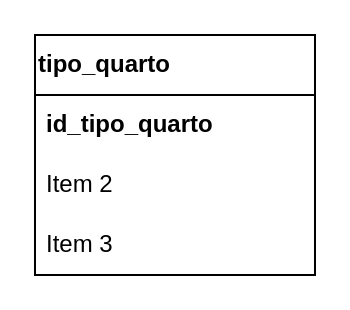
Earlier version of the draw.io diagram O Hospital Fundamental.drawio (GustavSilvDev/O-Hospital-Fundamental). Source tidied: cells renumbered, new cells numbered last; positions are measured from the earlier drawing's top-left corner, leaving out a move shared by most shapes. Both pictures are drawn from the tidied source at 200%, with x=0, y=0 at pixel (34, 34).
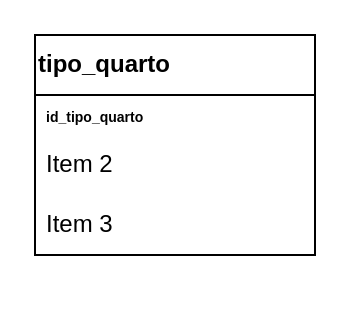
The same diagram, later.

The edit, as a diff of the source:
```diff
@@
 <mxGraphModel>
   <root>
     <mxCell id="0" />
     <mxCell id="1" parent="0" />
     <mxCell id="2" value="&lt;b&gt;tipo_quarto&lt;/b&gt;" style="swimlane;fontStyle=0;horizontal=1;startSize=30;whiteSpace=wrap;html=1;align=left;swimlaneLine=1;fillColor=default;" parent="1" vertex="1">
-      <mxGeometry width="140" height="120" as="geometry" />
+      <mxGeometry width="140" height="110" as="geometry" />
     </mxCell>
-    <mxCell id="3" value="&lt;b&gt;id_tipo_quarto&lt;/b&gt;" style="text;strokeColor=none;fillColor=none;align=left;verticalAlign=middle;spacingLeft=4;spacingRight=4;overflow=hidden;whiteSpace=wrap;html=1;" parent="2" vertex="1">
-      <mxGeometry y="30" width="140" height="30" as="geometry" />
+    <mxCell id="3" value="&lt;b style=&quot;&quot;&gt;&lt;font style=&quot;font-size: 7px;&quot;&gt;id_tipo_quarto&lt;/font&gt;&lt;/b&gt;" style="text;strokeColor=none;fillColor=none;align=left;verticalAlign=top;spacingLeft=4;spacingRight=4;overflow=hidden;whiteSpace=wrap;html=1;fontSize=8;" parent="2" vertex="1">
+      <mxGeometry y="30" width="140" height="20" as="geometry" />
     </mxCell>
     <mxCell id="4" value="Item 2" style="text;strokeColor=none;fillColor=none;align=left;verticalAlign=middle;spacingLeft=4;spacingRight=4;overflow=hidden;whiteSpace=wrap;html=1;" parent="2" vertex="1">
-      <mxGeometry y="60" width="140" height="30" as="geometry" />
+      <mxGeometry y="50" width="140" height="30" as="geometry" />
     </mxCell>
     <mxCell id="5" value="Item 3" style="text;strokeColor=none;fillColor=none;align=left;verticalAlign=middle;spacingLeft=4;spacingRight=4;overflow=hidden;whiteSpace=wrap;html=1;" parent="2" vertex="1">
-      <mxGeometry y="90" width="140" height="30" as="geometry" />
+      <mxGeometry y="80" width="140" height="30" as="geometry" />
     </mxCell>
   </root>
 </mxGraphModel>
```
